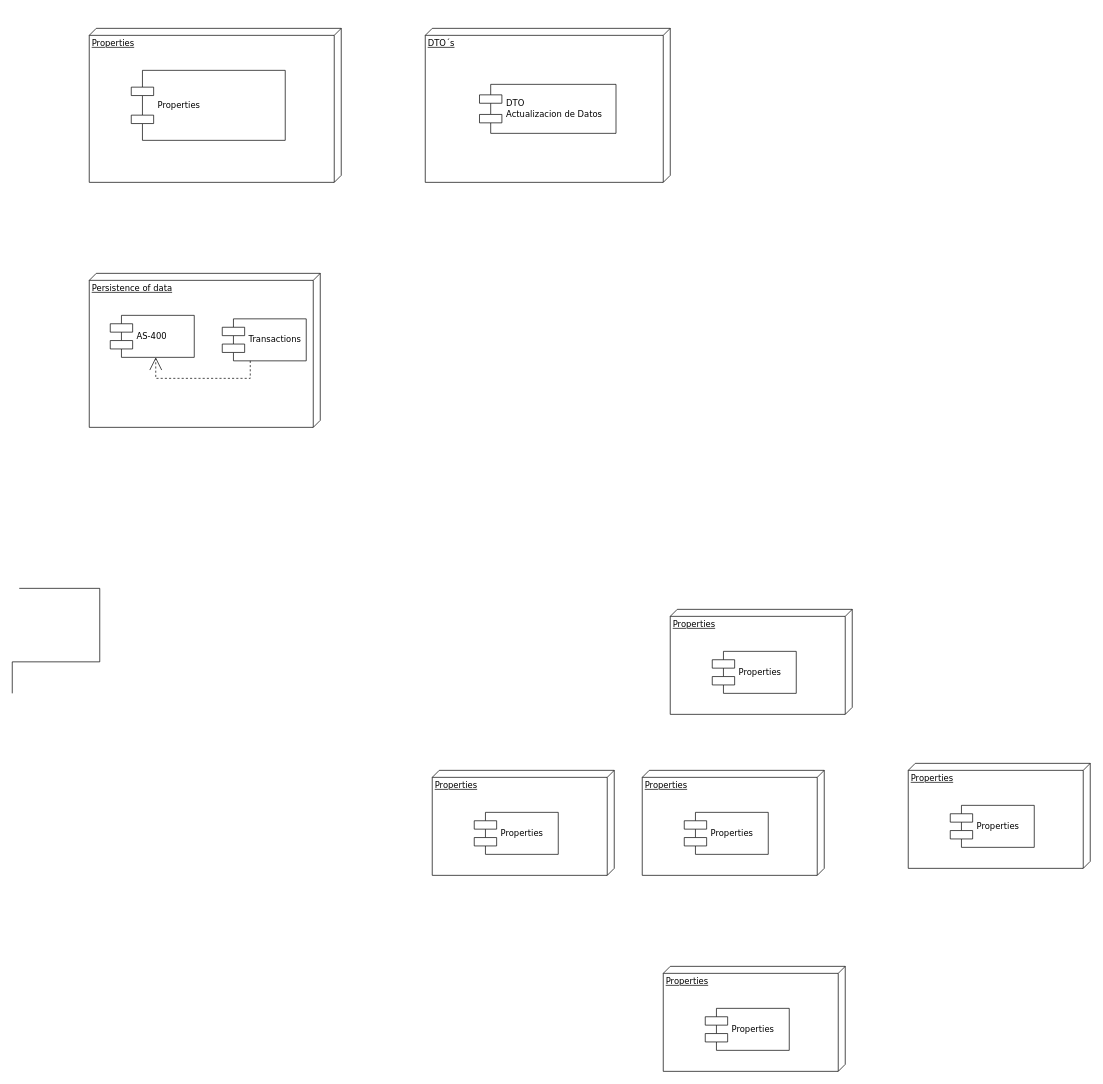
The draw.io diagram Untitled Diagram.drawio in StevenGpByte/ActualizacionDatos, before the edit. Source tidied: cells renumbered, new cells numbered last; positions are measured from the earlier drawing's top-left corner, leaving out a move shared by most shapes. Both pictures are drawn from the tidied source at 70%, with x=0, y=0 at pixel (12, 28).
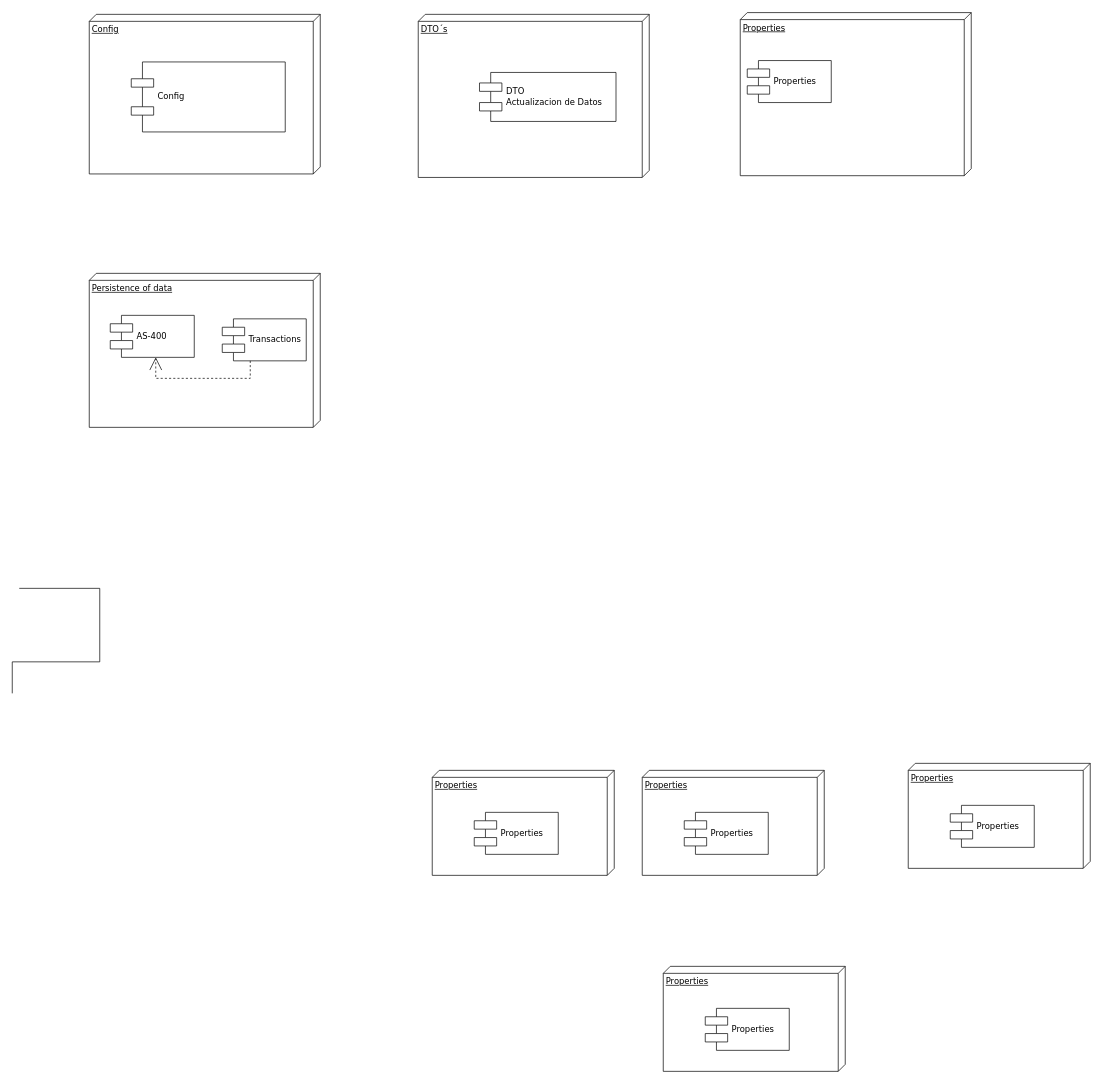
The same diagram, later.

What changed in the source:
```diff
@@
     <mxCell id="3" value="DTO´s" style="verticalAlign=top;align=left;spacingTop=8;spacingLeft=2;spacingRight=12;shape=cube;size=10;direction=south;fontStyle=4;html=1;rounded=0;shadow=0;comic=0;labelBackgroundColor=none;strokeWidth=1;fontFamily=Verdana;fontSize=12;" parent="1" vertex="1">
-      <mxGeometry x="590" width="350" height="220" as="geometry" />
+      <mxGeometry x="580" y="-20" width="330" height="233" as="geometry" />
     </mxCell>
     <mxCell id="4" value="Properties" style="verticalAlign=top;align=left;spacingTop=8;spacingLeft=2;spacingRight=12;shape=cube;size=10;direction=south;fontStyle=4;html=1;rounded=0;shadow=0;comic=0;labelBackgroundColor=none;strokeWidth=1;fontFamily=Verdana;fontSize=12;" parent="1" vertex="1">
-      <mxGeometry x="940" y="830" width="260" height="150" as="geometry" />
+      <mxGeometry x="1040" y="-22.5" width="330" height="233" as="geometry" />
     </mxCell>
@@
     <mxCell id="6" value="DTO &lt;br&gt;Actualizacion de Datos" style="shape=component;align=left;spacingLeft=36;rounded=0;shadow=0;comic=0;labelBackgroundColor=none;strokeWidth=1;fontFamily=Verdana;fontSize=12;html=1;" parent="1" vertex="1">
-      <mxGeometry x="667.5" y="80" width="195" height="70" as="geometry" />
+      <mxGeometry x="667.5" y="63" width="195" height="70" as="geometry" />
     </mxCell>
     <mxCell id="7" value="Properties" style="shape=component;align=left;spacingLeft=36;rounded=0;shadow=0;comic=0;labelBackgroundColor=none;strokeWidth=1;fontFamily=Verdana;fontSize=12;html=1;" parent="1" vertex="1">
-      <mxGeometry x="1000" y="890" width="120" height="60" as="geometry" />
+      <mxGeometry x="1050" y="46" width="120" height="60" as="geometry" />
     </mxCell>
@@
-    <mxCell id="11" value="Properties" style="verticalAlign=top;align=left;spacingTop=8;spacingLeft=2;spacingRight=12;shape=cube;size=10;direction=south;fontStyle=4;html=1;rounded=0;shadow=0;comic=0;labelBackgroundColor=none;strokeWidth=1;fontFamily=Verdana;fontSize=12;" parent="1" vertex="1">
-      <mxGeometry x="110" width="360" height="220" as="geometry" />
+    <mxCell id="11" value="Config" style="verticalAlign=top;align=left;spacingTop=8;spacingLeft=2;spacingRight=12;shape=cube;size=10;direction=south;fontStyle=4;html=1;rounded=0;shadow=0;comic=0;labelBackgroundColor=none;strokeWidth=1;fontFamily=Verdana;fontSize=12;" parent="1" vertex="1">
+      <mxGeometry x="110" y="-20" width="330" height="228" as="geometry" />
     </mxCell>
-    <mxCell id="12" value="Properties" style="shape=component;align=left;spacingLeft=36;rounded=0;shadow=0;comic=0;labelBackgroundColor=none;strokeWidth=1;fontFamily=Verdana;fontSize=12;html=1;" parent="1" vertex="1">
-      <mxGeometry x="170" y="60" width="220" height="100" as="geometry" />
+    <mxCell id="12" value="Config" style="shape=component;align=left;spacingLeft=36;rounded=0;shadow=0;comic=0;labelBackgroundColor=none;strokeWidth=1;fontFamily=Verdana;fontSize=12;html=1;" parent="1" vertex="1">
+      <mxGeometry x="170" y="48" width="220" height="100" as="geometry" />
     </mxCell>
```
